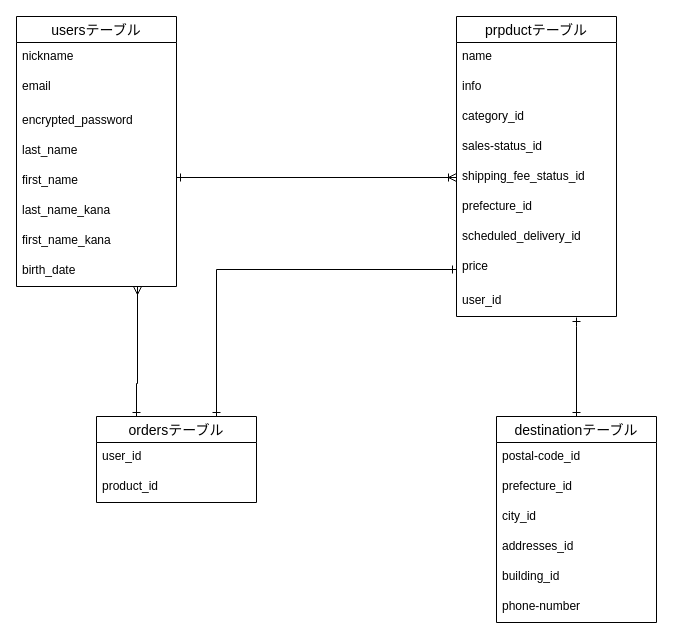
This is furima.dio from kosuke-morikawa/furima-35085, a draw.io file, before an edit. Source tidied: cells renumbered, new cells numbered last; positions are measured from the earlier drawing's top-left corner, leaving out a move shared by most shapes. Both pictures are drawn from the tidied source at 100%, with x=0, y=0 at pixel (16, 16).
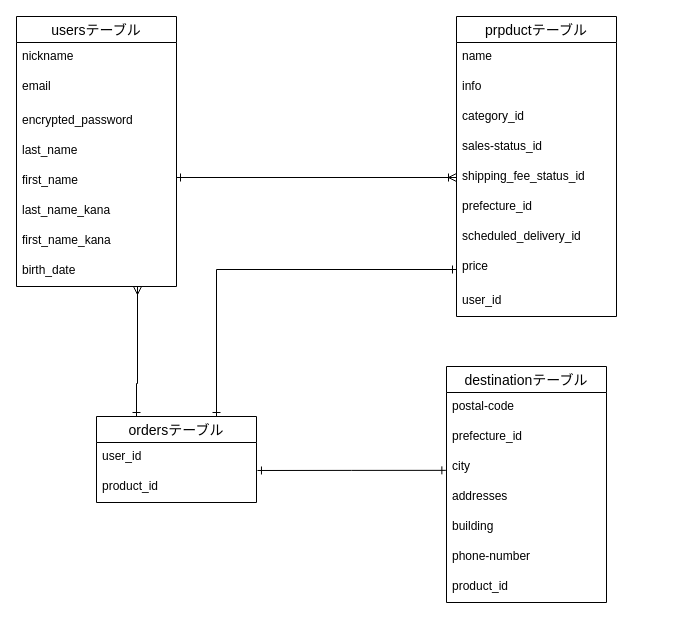
The same page after the edit.

Commit message (it also covers changes not shown here):
データベース修正4

Unchanged cells that the change refers to:
```xml
<mxCell id="26" value="product_id" style="text;strokeColor=none;fillColor=none;spacingLeft=4;spacingRight=4;overflow=hidden;points=[[0,0.5],[1,0.5]];portConstraint=eastwest;fontSize=12;" parent="24" vertex="1">
  <mxGeometry y="56" width="160" height="30" as="geometry" />
</mxCell>
```

What changed in the source:
```diff
@@
-    <mxCell id="27" style="edgeStyle=orthogonalEdgeStyle;rounded=0;sketch=0;jumpSize=7;jettySize=auto;html=1;startSize=6;endArrow=ERone;endFill=0;strokeWidth=1;startArrow=ERone;startFill=0;" parent="1" edge="1" source="28">
-      <mxGeometry relative="1" as="geometry">
-        <mxPoint x="560" y="301" as="targetPoint" />
-        <Array as="points">
-          <mxPoint x="560" y="310" />
-          <mxPoint x="560" y="310" />
-        </Array>
-      </mxGeometry>
-    </mxCell>
+    <mxCell id="38" style="edgeStyle=orthogonalEdgeStyle;rounded=0;sketch=0;jumpSize=7;jettySize=auto;html=1;entryX=1.006;entryY=-0.067;entryDx=0;entryDy=0;entryPerimeter=0;startArrow=ERone;startFill=0;startSize=6;endArrow=ERone;endFill=0;strokeWidth=1;exitX=-0.004;exitY=0.595;exitDx=0;exitDy=0;exitPerimeter=0;" parent="1" edge="1" source="31" target="26">
+      <mxGeometry relative="1" as="geometry" />
+    </mxCell>
     <mxCell id="28" value="destinationテーブル" style="swimlane;fontStyle=0;horizontal=1;startSize=26;align=center;fontSize=14;" parent="1" vertex="1">
-      <mxGeometry x="480" y="400" width="160" height="206" as="geometry" />
+      <mxGeometry x="430" y="350" width="160" height="236" as="geometry" />
     </mxCell>
-    <mxCell id="29" value="postal-code_id" style="text;strokeColor=none;fillColor=none;spacingLeft=4;spacingRight=4;overflow=hidden;fontSize=12;" parent="28" vertex="1">
+    <mxCell id="29" value="postal-code" style="text;strokeColor=none;fillColor=none;spacingLeft=4;spacingRight=4;overflow=hidden;fontSize=12;" parent="28" vertex="1">
       <mxGeometry y="26" width="160" height="30" as="geometry" />
     </mxCell>
@@
-    <mxCell id="31" value="city_id" style="text;strokeColor=none;fillColor=none;spacingLeft=4;spacingRight=4;overflow=hidden;points=[[0,0.5],[1,0.5]];portConstraint=eastwest;fontSize=12;" parent="28" vertex="1">
+    <mxCell id="31" value="city" style="text;strokeColor=none;fillColor=none;spacingLeft=4;spacingRight=4;overflow=hidden;points=[[0,0.5],[1,0.5]];portConstraint=eastwest;fontSize=12;" parent="28" vertex="1">
       <mxGeometry y="86" width="160" height="30" as="geometry" />
     </mxCell>
-    <mxCell id="32" value="addresses_id" style="text;strokeColor=none;fillColor=none;spacingLeft=4;spacingRight=4;overflow=hidden;fontSize=12;" parent="28" vertex="1">
+    <mxCell id="32" value="addresses" style="text;strokeColor=none;fillColor=none;spacingLeft=4;spacingRight=4;overflow=hidden;fontSize=12;" parent="28" vertex="1">
       <mxGeometry y="116" width="160" height="30" as="geometry" />
     </mxCell>
-    <mxCell id="33" value="building_id" style="text;strokeColor=none;fillColor=none;spacingLeft=4;spacingRight=4;overflow=hidden;fontSize=12;" parent="28" vertex="1">
+    <mxCell id="33" value="building" style="text;strokeColor=none;fillColor=none;spacingLeft=4;spacingRight=4;overflow=hidden;fontSize=12;" parent="28" vertex="1">
       <mxGeometry y="146" width="160" height="30" as="geometry" />
     </mxCell>
@@
+    <mxCell id="39" value="product_id" style="text;strokeColor=none;fillColor=none;spacingLeft=4;spacingRight=4;overflow=hidden;fontSize=12;" parent="28" vertex="1">
+      <mxGeometry y="206" width="160" height="30" as="geometry" />
+    </mxCell>
```
